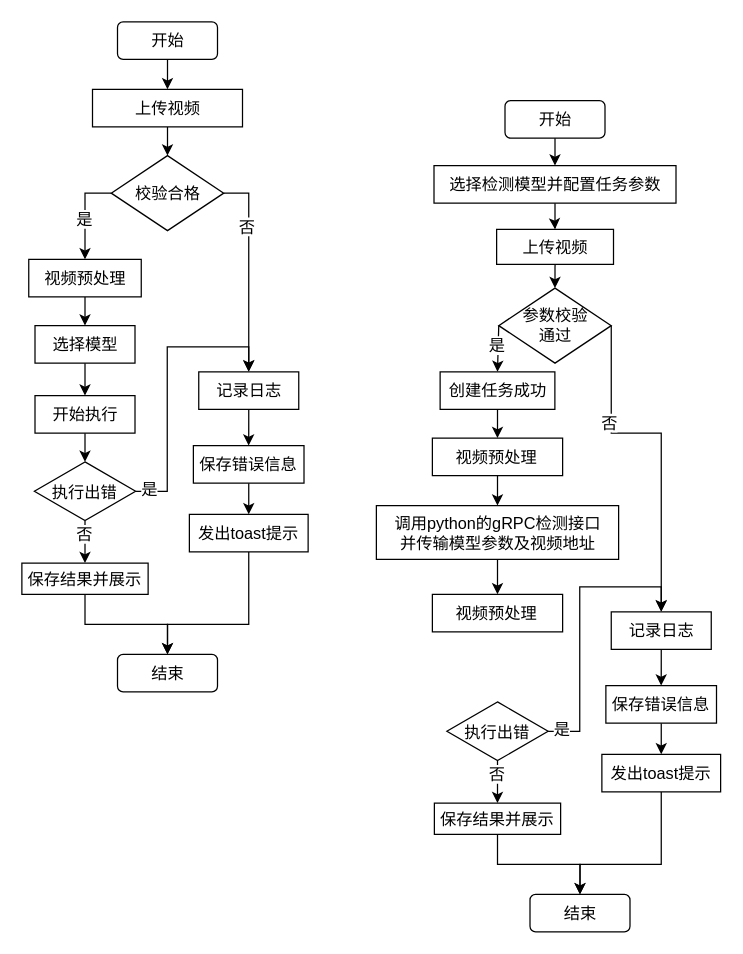
DingDongZz/typera_PicGO keeps this draw.io diagram as DrawIO_file/流程图/目标检测模块流程图.drawio. Above is the earlier version. Source tidied: cells renumbered, new cells numbered last; positions are measured from the earlier drawing's top-left corner, leaving out a move shared by most shapes. Both pictures are drawn from the tidied source at 125%, with x=0, y=0 at pixel (21, 21).
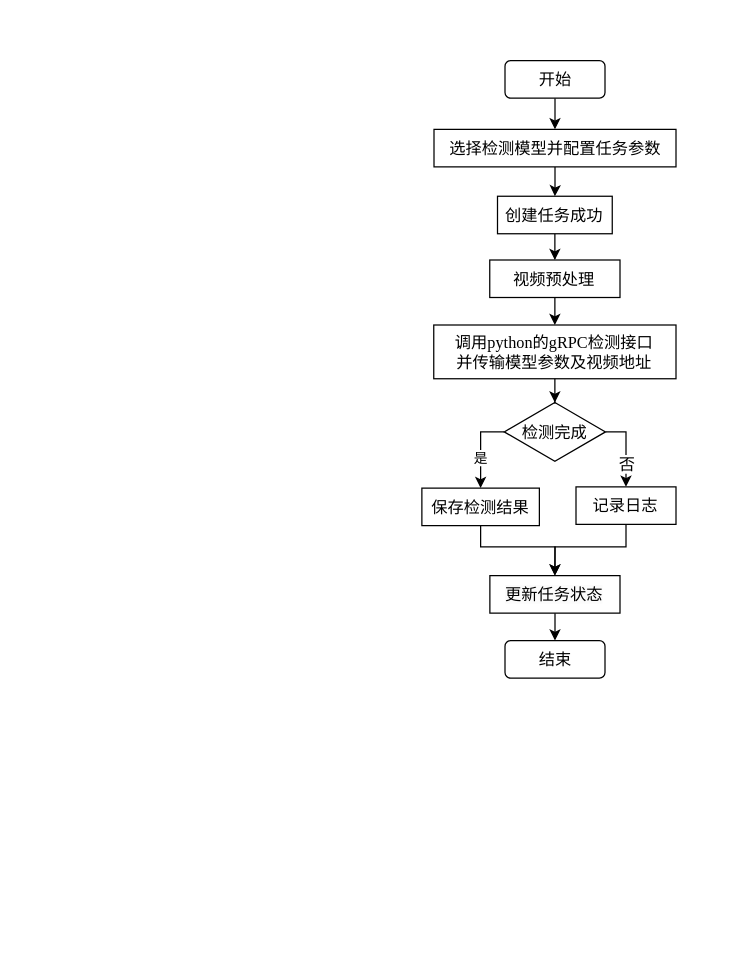
The same diagram, later.

Commit message (it also covers changes not shown here):
更新目标检测模块流程图.drawio

The edit, as a diff of the source:
```diff
@@
-    <mxCell id="2" style="edgeStyle=orthogonalEdgeStyle;rounded=0;jettySize=auto;html=1;entryX=0.5;entryY=0;entryDx=0;entryDy=0;fontFamily=宋体;fontSize=13;" parent="1" edge="1" source="3" target="5">
-      <mxGeometry relative="1" as="geometry" />
-    </mxCell>
-    <mxCell id="3" value="开始" style="rounded=1;whiteSpace=wrap;html=1;fontFamily=宋体;fontSize=13;" parent="1" vertex="1">
-      <mxGeometry x="76.5" width="80" height="30" as="geometry" />
-    </mxCell>
-    <mxCell id="4" style="edgeStyle=orthogonalEdgeStyle;rounded=0;jettySize=auto;html=1;entryX=0.5;entryY=0;entryDx=0;entryDy=0;fontFamily=宋体;fontSize=13;" parent="1" edge="1" source="5" target="10">
-      <mxGeometry relative="1" as="geometry" />
-    </mxCell>
-    <mxCell id="5" value="上传视频" style="rounded=0;whiteSpace=wrap;html=1;fontFamily=宋体;fontSize=13;" parent="1" vertex="1">
-      <mxGeometry x="56.5" y="54" width="120" height="30" as="geometry" />
-    </mxCell>
-    <mxCell id="6" style="edgeStyle=orthogonalEdgeStyle;rounded=0;jettySize=auto;html=1;entryX=0.5;entryY=0;entryDx=0;entryDy=0;exitX=0;exitY=0.5;exitDx=0;exitDy=0;fontFamily=宋体;fontSize=13;" parent="1" edge="1" source="10" target="12">
-      <mxGeometry relative="1" as="geometry">
-        <Array as="points">
-          <mxPoint x="50.5" y="137" />
-        </Array>
-      </mxGeometry>
-    </mxCell>
-    <mxCell id="7" value="是" style="edgeLabel;html=1;align=center;verticalAlign=middle;fontFamily=宋体;fontSize=13;" parent="6" vertex="1">
-      <mxGeometry x="0.1" y="-1" relative="1" as="geometry" />
-    </mxCell>
-    <mxCell id="8" style="edgeStyle=orthogonalEdgeStyle;rounded=0;jettySize=auto;html=1;entryX=0.5;entryY=0;entryDx=0;entryDy=0;exitX=1;exitY=0.5;exitDx=0;exitDy=0;fontFamily=宋体;fontSize=13;" parent="1" edge="1" source="10">
-      <mxGeometry relative="1" as="geometry">
-        <mxPoint x="181.5" y="279.5" as="targetPoint" />
-        <Array as="points">
-          <mxPoint x="181.5" y="137" />
-        </Array>
-      </mxGeometry>
-    </mxCell>
-    <mxCell id="9" value="否" style="edgeLabel;html=1;align=center;verticalAlign=middle;fontFamily=宋体;fontSize=13;" parent="8" vertex="1">
-      <mxGeometry x="-0.43" y="-3" relative="1" as="geometry">
-        <mxPoint x="1" as="offset" />
-      </mxGeometry>
-    </mxCell>
-    <mxCell id="10" value="校验合格" style="rhombus;whiteSpace=wrap;html=1;fontFamily=宋体;fontSize=13;" parent="1" vertex="1">
-      <mxGeometry x="71.5" y="107" width="90" height="60" as="geometry" />
-    </mxCell>
-    <mxCell id="11" style="edgeStyle=orthogonalEdgeStyle;rounded=0;jettySize=auto;html=1;entryX=0.5;entryY=0;entryDx=0;entryDy=0;fontFamily=宋体;fontSize=13;" parent="1" edge="1" source="12" target="14">
-      <mxGeometry relative="1" as="geometry" />
-    </mxCell>
-    <mxCell id="12" value="视频预处理" style="rounded=0;whiteSpace=wrap;html=1;fontFamily=宋体;fontSize=13;" parent="1" vertex="1">
-      <mxGeometry x="5.5" y="190" width="90" height="30" as="geometry" />
-    </mxCell>
-    <mxCell id="13" style="edgeStyle=orthogonalEdgeStyle;rounded=0;jettySize=auto;html=1;entryX=0.5;entryY=0;entryDx=0;entryDy=0;fontFamily=宋体;fontSize=13;" parent="1" edge="1" source="14" target="16">
-      <mxGeometry relative="1" as="geometry" />
-    </mxCell>
-    <mxCell id="14" value="选择模型" style="rounded=0;whiteSpace=wrap;html=1;fontFamily=宋体;fontSize=13;" parent="1" vertex="1">
-      <mxGeometry x="10.5" y="243" width="80" height="30" as="geometry" />
-    </mxCell>
-    <mxCell id="15" style="edgeStyle=orthogonalEdgeStyle;rounded=0;jettySize=auto;html=1;entryX=0.5;entryY=0;entryDx=0;entryDy=0;fontFamily=宋体;fontSize=13;" parent="1" edge="1" source="16" target="21">
-      <mxGeometry relative="1" as="geometry" />
-    </mxCell>
-    <mxCell id="16" value="开始执行" style="rounded=0;whiteSpace=wrap;html=1;fontFamily=宋体;fontSize=13;" parent="1" vertex="1">
-      <mxGeometry x="10.5" y="299" width="80" height="30" as="geometry" />
-    </mxCell>
-    <mxCell id="17" style="edgeStyle=orthogonalEdgeStyle;rounded=0;jettySize=auto;html=1;entryX=0.5;entryY=0;entryDx=0;entryDy=0;fontFamily=宋体;fontSize=13;" parent="1" edge="1" source="21" target="23">
-      <mxGeometry relative="1" as="geometry" />
-    </mxCell>
-    <mxCell id="18" value="否" style="edgeLabel;html=1;align=center;verticalAlign=middle;fontFamily=宋体;fontSize=13;" parent="17" vertex="1">
-      <mxGeometry x="-0.79" y="-2" relative="1" as="geometry">
-        <mxPoint x="1" y="5" as="offset" />
-      </mxGeometry>
-    </mxCell>
-    <mxCell id="19" style="edgeStyle=orthogonalEdgeStyle;rounded=0;jettySize=auto;html=1;entryX=0.5;entryY=0;entryDx=0;entryDy=0;fontFamily=宋体;fontSize=13;" parent="1" edge="1" source="21" target="28">
-      <mxGeometry relative="1" as="geometry" />
-    </mxCell>
-    <mxCell id="20" value="是" style="edgeLabel;html=1;align=center;verticalAlign=middle;fontFamily=宋体;fontSize=13;" parent="19" vertex="1">
-      <mxGeometry x="-0.9" y="3" relative="1" as="geometry">
-        <mxPoint x="-1" y="1" as="offset" />
-      </mxGeometry>
-    </mxCell>
-    <mxCell id="21" value="执行出错" style="rhombus;whiteSpace=wrap;html=1;fontFamily=宋体;fontSize=13;" parent="1" vertex="1">
-      <mxGeometry x="10" y="352" width="81" height="47" as="geometry" />
-    </mxCell>
-    <mxCell id="22" style="edgeStyle=orthogonalEdgeStyle;rounded=0;jettySize=auto;html=1;entryX=0.5;entryY=0;entryDx=0;entryDy=0;fontFamily=宋体;fontSize=13;" parent="1" edge="1" source="23" target="24">
-      <mxGeometry relative="1" as="geometry">
-        <Array as="points">
-          <mxPoint x="50.5" y="482" />
-          <mxPoint x="116.5" y="482" />
-        </Array>
-      </mxGeometry>
-    </mxCell>
-    <mxCell id="23" value="保存结果&lt;span style=&quot;background-color: transparent; color: light-dark(rgb(0, 0, 0), rgb(255, 255, 255));&quot;&gt;并展示&lt;/span&gt;" style="rounded=0;whiteSpace=wrap;html=1;fontFamily=宋体;fontSize=13;" parent="1" vertex="1">
-      <mxGeometry y="433" width="101" height="25" as="geometry" />
-    </mxCell>
-    <mxCell id="24" value="结束" style="rounded=1;whiteSpace=wrap;html=1;fontFamily=宋体;fontSize=13;" parent="1" vertex="1">
-      <mxGeometry x="76.5" y="506" width="80" height="30" as="geometry" />
-    </mxCell>
-    <mxCell id="25" style="edgeStyle=orthogonalEdgeStyle;rounded=0;jettySize=auto;html=1;entryX=0.5;entryY=0;entryDx=0;entryDy=0;fontFamily=宋体;fontSize=13;" parent="1" edge="1" source="26" target="30">
-      <mxGeometry relative="1" as="geometry" />
-    </mxCell>
-    <mxCell id="26" value="保存错误信息" style="rounded=0;whiteSpace=wrap;html=1;fontFamily=宋体;fontSize=13;" parent="1" vertex="1">
-      <mxGeometry x="137.2" y="339" width="88.5" height="30" as="geometry" />
-    </mxCell>
-    <mxCell id="27" style="edgeStyle=orthogonalEdgeStyle;rounded=0;jettySize=auto;html=1;entryX=0.5;entryY=0;entryDx=0;entryDy=0;fontFamily=宋体;fontSize=13;" parent="1" edge="1" source="28" target="26">
-      <mxGeometry relative="1" as="geometry" />
-    </mxCell>
-    <mxCell id="28" value="记录日志" style="rounded=0;whiteSpace=wrap;html=1;fontFamily=宋体;fontSize=13;" parent="1" vertex="1">
-      <mxGeometry x="141.5" y="280" width="80" height="30" as="geometry" />
-    </mxCell>
-    <mxCell id="29" style="edgeStyle=orthogonalEdgeStyle;rounded=0;jettySize=auto;html=1;entryX=0.5;entryY=0;entryDx=0;entryDy=0;fontFamily=宋体;fontSize=13;" parent="1" edge="1" source="30" target="24">
-      <mxGeometry relative="1" as="geometry">
-        <Array as="points">
-          <mxPoint x="181.5" y="482" />
-          <mxPoint x="116.5" y="482" />
-        </Array>
-      </mxGeometry>
-    </mxCell>
-    <mxCell id="30" value="发出toast提示" style="rounded=0;whiteSpace=wrap;html=1;fontFamily=宋体;fontSize=13;" parent="1" vertex="1">
-      <mxGeometry x="134" y="394" width="95" height="30" as="geometry" />
-    </mxCell>
-    <mxCell id="31" style="rounded=0;jettySize=auto;html=1;entryX=0.5;entryY=0;entryDx=0;entryDy=0;" parent="1" edge="1" target="56">
-      <mxGeometry relative="1" as="geometry">
-        <mxPoint x="426.5" y="74" as="sourcePoint" />
-      </mxGeometry>
+    <mxCell id="31" style="rounded=0;jettySize=auto;html=1;entryX=0.5;entryY=0;entryDx=0;entryDy=0;fontFamily=宋体;exitX=0.5;exitY=1;exitDx=0;exitDy=0;" parent="1" edge="1" source="59" target="56">
+      <mxGeometry relative="1" as="geometry" />
     </mxCell>
-    <mxCell id="32" style="rounded=0;jettySize=auto;html=1;entryX=0.5;entryY=0;entryDx=0;entryDy=0;exitX=0;exitY=0.5;exitDx=0;exitDy=0;fontFamily=宋体;fontSize=13;" parent="1" edge="1" source="36" target="38">
-      <mxGeometry relative="1" as="geometry" />
-    </mxCell>
-    <mxCell id="33" value="是" style="edgeLabel;html=1;align=center;verticalAlign=middle;fontFamily=宋体;fontSize=13;" parent="32" vertex="1">
-      <mxGeometry x="0.1" y="-1" relative="1" as="geometry">
-        <mxPoint y="-4" as="offset" />
-      </mxGeometry>
-    </mxCell>
-    <mxCell id="34" style="edgeStyle=orthogonalEdgeStyle;rounded=0;jettySize=auto;html=1;entryX=0.5;entryY=0;entryDx=0;entryDy=0;exitX=1;exitY=0.5;exitDx=0;exitDy=0;fontFamily=宋体;fontSize=13;" parent="1" edge="1" source="36">
-      <mxGeometry relative="1" as="geometry">
-        <mxPoint x="511.5" y="471.5" as="targetPoint" />
-        <Array as="points">
-          <mxPoint x="511.5" y="329" />
-        </Array>
-      </mxGeometry>
-    </mxCell>
-    <mxCell id="35" value="否" style="edgeLabel;html=1;align=center;verticalAlign=middle;fontFamily=宋体;fontSize=13;" parent="34" vertex="1">
-      <mxGeometry x="-0.43" y="-3" relative="1" as="geometry">
-        <mxPoint x="1" as="offset" />
-      </mxGeometry>
-    </mxCell>
-    <mxCell id="36" value="参数校验&lt;div&gt;通过&lt;/div&gt;" style="rhombus;whiteSpace=wrap;html=1;fontFamily=宋体;fontSize=13;" parent="1" vertex="1">
-      <mxGeometry x="381.5" y="213" width="90" height="60" as="geometry" />
-    </mxCell>
-    <mxCell id="37" style="edgeStyle=orthogonalEdgeStyle;rounded=0;jettySize=auto;html=1;entryX=0.5;entryY=0;entryDx=0;entryDy=0;" parent="1" edge="1" source="38" target="40">
+    <mxCell id="37" style="edgeStyle=orthogonalEdgeStyle;rounded=0;jettySize=auto;html=1;entryX=0.5;entryY=0;entryDx=0;entryDy=0;fontFamily=宋体;" parent="1" edge="1" source="38" target="40">
       <mxGeometry relative="1" as="geometry" />
     </mxCell>
     <mxCell id="38" value="创建任务成功" style="rounded=0;whiteSpace=wrap;html=1;fontFamily=宋体;fontSize=13;" parent="1" vertex="1">
-      <mxGeometry x="334.6" y="280" width="91.8" height="30" as="geometry" />
+      <mxGeometry x="380.5" y="139.5" width="91.8" height="30" as="geometry" />
     </mxCell>
-    <mxCell id="39" style="edgeStyle=orthogonalEdgeStyle;rounded=0;jettySize=auto;html=1;entryX=0.5;entryY=0;entryDx=0;entryDy=0;" parent="1" edge="1" source="40" target="61">
+    <mxCell id="39" style="edgeStyle=orthogonalEdgeStyle;rounded=0;jettySize=auto;html=1;entryX=0.5;entryY=0;entryDx=0;entryDy=0;fontFamily=宋体;" parent="1" edge="1" source="40" target="61">
       <mxGeometry relative="1" as="geometry" />
     </mxCell>
     <mxCell id="40" value="视频预处理" style="rounded=0;whiteSpace=wrap;html=1;fontFamily=宋体;fontSize=13;" parent="1" vertex="1">
-      <mxGeometry x="328.4" y="333" width="104.2" height="30" as="geometry" />
+      <mxGeometry x="374.3" y="190.5" width="104.2" height="30" as="geometry" />
     </mxCell>
+    <mxCell id="43" style="edgeStyle=orthogonalEdgeStyle;rounded=0;jettySize=auto;html=1;entryX=0.5;entryY=0;entryDx=0;entryDy=0;fontFamily=宋体;" parent="1" edge="1" source="45" target="52">
+      <mxGeometry relative="1" as="geometry">
+        <Array as="points">
+          <mxPoint x="483" y="328" />
+        </Array>
+      </mxGeometry>
+    </mxCell>
-    <mxCell id="41" style="edgeStyle=orthogonalEdgeStyle;rounded=0;jettySize=auto;html=1;entryX=0.5;entryY=0;entryDx=0;entryDy=0;fontFamily=宋体;fontSize=13;" parent="1" edge="1" source="45" target="47">
-      <mxGeometry relative="1" as="geometry" />
+    <mxCell id="41" style="edgeStyle=orthogonalEdgeStyle;rounded=0;jettySize=auto;html=1;entryX=0.5;entryY=0;entryDx=0;entryDy=0;fontFamily=宋体;" parent="1" edge="1" source="45" target="47">
+      <mxGeometry relative="1" as="geometry">
+        <Array as="points">
+          <mxPoint x="367" y="328" />
+        </Array>
+      </mxGeometry>
     </mxCell>
-    <mxCell id="42" value="否" style="edgeLabel;html=1;align=center;verticalAlign=middle;fontFamily=宋体;fontSize=13;" parent="41" vertex="1">
-      <mxGeometry x="-0.79" y="-2" relative="1" as="geometry">
-        <mxPoint x="1" y="5" as="offset" />
-      </mxGeometry>
-    </mxCell>
-    <mxCell id="43" style="edgeStyle=orthogonalEdgeStyle;rounded=0;jettySize=auto;html=1;entryX=0.5;entryY=0;entryDx=0;entryDy=0;fontFamily=宋体;fontSize=13;" parent="1" edge="1" source="45" target="52">
-      <mxGeometry relative="1" as="geometry" />
-    </mxCell>
-    <mxCell id="44" value="是" style="edgeLabel;html=1;align=center;verticalAlign=middle;fontFamily=宋体;fontSize=13;" parent="43" vertex="1">
-      <mxGeometry x="-0.9" y="3" relative="1" as="geometry">
-        <mxPoint x="-1" y="1" as="offset" />
-      </mxGeometry>
-    </mxCell>
+    <mxCell id="63" value="是" style="edgeLabel;html=1;align=center;verticalAlign=middle;fontFamily=宋体;" parent="41" vertex="1">
+      <mxGeometry x="0.07" y="-1" relative="1" as="geometry">
+        <mxPoint y="5" as="offset" />
+      </mxGeometry>
+    </mxCell>
-    <mxCell id="45" value="执行出错" style="rhombus;whiteSpace=wrap;html=1;fontFamily=宋体;fontSize=13;" parent="1" vertex="1">
-      <mxGeometry x="340" y="544" width="81" height="47" as="geometry" />
+    <mxCell id="45" value="检测完成" style="rhombus;whiteSpace=wrap;html=1;fontFamily=宋体;fontSize=13;" parent="1" vertex="1">
+      <mxGeometry x="385.9" y="304.5" width="81" height="47" as="geometry" />
     </mxCell>
-    <mxCell id="46" style="edgeStyle=orthogonalEdgeStyle;rounded=0;jettySize=auto;html=1;entryX=0.5;entryY=0;entryDx=0;entryDy=0;fontFamily=宋体;fontSize=13;" parent="1" edge="1" source="47" target="48">
-      <mxGeometry relative="1" as="geometry">
-        <Array as="points">
-          <mxPoint x="380.5" y="674" />
-          <mxPoint x="446.5" y="674" />
-        </Array>
-      </mxGeometry>
-    </mxCell>
+    <mxCell id="64" style="edgeStyle=orthogonalEdgeStyle;rounded=0;jettySize=auto;html=1;entryX=0.5;entryY=0;entryDx=0;entryDy=0;fontFamily=宋体;" parent="1" edge="1" source="47" target="69">
+      <mxGeometry relative="1" as="geometry">
+        <Array as="points">
+          <mxPoint x="367" y="420" />
+          <mxPoint x="427" y="420" />
+        </Array>
+      </mxGeometry>
+    </mxCell>
-    <mxCell id="47" value="保存结果&lt;span style=&quot;background-color: transparent; color: light-dark(rgb(0, 0, 0), rgb(255, 255, 255));&quot;&gt;并展示&lt;/span&gt;" style="rounded=0;whiteSpace=wrap;html=1;fontFamily=宋体;fontSize=13;" parent="1" vertex="1">
-      <mxGeometry x="330" y="625" width="101" height="25" as="geometry" />
+    <mxCell id="47" value="保存检测结果" style="rounded=0;whiteSpace=wrap;html=1;fontFamily=宋体;fontSize=13;" parent="1" vertex="1">
+      <mxGeometry x="320" y="373" width="94" height="30" as="geometry" />
     </mxCell>
     <mxCell id="48" value="结束" style="rounded=1;whiteSpace=wrap;html=1;fontFamily=宋体;fontSize=13;" parent="1" vertex="1">
-      <mxGeometry x="406.5" y="698" width="80" height="30" as="geometry" />
+      <mxGeometry x="386.5" y="495" width="80" height="30" as="geometry" />
     </mxCell>
-    <mxCell id="49" style="edgeStyle=orthogonalEdgeStyle;rounded=0;jettySize=auto;html=1;entryX=0.5;entryY=0;entryDx=0;entryDy=0;fontFamily=宋体;fontSize=13;" parent="1" edge="1" source="50" target="54">
-      <mxGeometry relative="1" as="geometry" />
-    </mxCell>
-    <mxCell id="50" value="保存错误信息" style="rounded=0;whiteSpace=wrap;html=1;fontFamily=宋体;fontSize=13;" parent="1" vertex="1">
-      <mxGeometry x="467.2" y="531" width="88.5" height="30" as="geometry" />
-    </mxCell>
-    <mxCell id="51" style="edgeStyle=orthogonalEdgeStyle;rounded=0;jettySize=auto;html=1;entryX=0.5;entryY=0;entryDx=0;entryDy=0;fontFamily=宋体;fontSize=13;" parent="1" edge="1" source="52" target="50">
-      <mxGeometry relative="1" as="geometry" />
-    </mxCell>
-    <mxCell id="52" value="记录日志" style="rounded=0;whiteSpace=wrap;html=1;fontFamily=宋体;fontSize=13;" parent="1" vertex="1">
-      <mxGeometry x="471.5" y="472" width="80" height="30" as="geometry" />
-    </mxCell>
-    <mxCell id="53" style="edgeStyle=orthogonalEdgeStyle;rounded=0;jettySize=auto;html=1;entryX=0.5;entryY=0;entryDx=0;entryDy=0;fontFamily=宋体;fontSize=13;" parent="1" edge="1" source="54" target="48">
-      <mxGeometry relative="1" as="geometry">
-        <Array as="points">
-          <mxPoint x="511.5" y="674" />
-          <mxPoint x="446.5" y="674" />
-        </Array>
-      </mxGeometry>
-    </mxCell>
-    <mxCell id="54" value="发出toast提示" style="rounded=0;whiteSpace=wrap;html=1;fontFamily=宋体;fontSize=13;" parent="1" vertex="1">
-      <mxGeometry x="464" y="586" width="95" height="30" as="geometry" />
-    </mxCell>
-    <mxCell id="55" style="edgeStyle=orthogonalEdgeStyle;rounded=0;jettySize=auto;html=1;entryX=0.5;entryY=0;entryDx=0;entryDy=0;" parent="1" edge="1" source="56" target="58">
-      <mxGeometry relative="1" as="geometry" />
-    </mxCell>
+    <mxCell id="65" style="edgeStyle=orthogonalEdgeStyle;rounded=0;jettySize=auto;html=1;entryX=0.5;entryY=0;entryDx=0;entryDy=0;" parent="1" edge="1" source="56" target="38">
+      <mxGeometry relative="1" as="geometry" />
+    </mxCell>
     <mxCell id="56" value="选择检测模型并配置任务参数" style="rounded=0;whiteSpace=wrap;html=1;fontFamily=宋体;fontSize=13;" parent="1" vertex="1">
-      <mxGeometry x="329.7" y="115" width="193.6" height="30" as="geometry" />
+      <mxGeometry x="329.7" y="86" width="193.6" height="30" as="geometry" />
     </mxCell>
-    <mxCell id="57" style="rounded=0;jettySize=auto;html=1;entryX=0.5;entryY=0;entryDx=0;entryDy=0;" parent="1" edge="1" source="58" target="36">
-      <mxGeometry relative="1" as="geometry" />
-    </mxCell>
-    <mxCell id="58" value="上传视频" style="rounded=0;whiteSpace=wrap;html=1;fontFamily=宋体;fontSize=13;" parent="1" vertex="1">
-      <mxGeometry x="379.8" y="166" width="93.5" height="28" as="geometry" />
-    </mxCell>
     <mxCell id="59" value="开始" style="rounded=1;whiteSpace=wrap;html=1;fontFamily=宋体;fontSize=13;" parent="1" vertex="1">
-      <mxGeometry x="386.5" y="63" width="80" height="30" as="geometry" />
+      <mxGeometry x="386.5" y="31" width="80" height="30" as="geometry" />
     </mxCell>
-    <mxCell id="60" style="edgeStyle=orthogonalEdgeStyle;rounded=0;jettySize=auto;html=1;entryX=0.5;entryY=0;entryDx=0;entryDy=0;" parent="1" edge="1" source="61" target="62">
+    <mxCell id="60" style="edgeStyle=orthogonalEdgeStyle;rounded=0;jettySize=auto;html=1;entryX=0.5;entryY=0;entryDx=0;entryDy=0;fontFamily=宋体;" parent="1" edge="1" source="61" target="45">
       <mxGeometry relative="1" as="geometry" />
     </mxCell>
-    <mxCell id="61" value="调用python的gRPC检测接口&lt;div&gt;并传输模型参数及视频地址&lt;/div&gt;" style="rounded=0;whiteSpace=wrap;html=1;fontFamily=宋体;fontSize=13;" parent="1" vertex="1">
-      <mxGeometry x="283.6" y="387" width="193.8" height="43" as="geometry" />
+    <mxCell id="61" value="调用&lt;font face=&quot;Times New Roman&quot;&gt;python&lt;/font&gt;的&lt;font face=&quot;Times New Roman&quot;&gt;gRPC&lt;/font&gt;检测接口&lt;div&gt;并传输模型参数及视频地址&lt;/div&gt;" style="rounded=0;whiteSpace=wrap;html=1;fontFamily=宋体;fontSize=13;" parent="1" vertex="1">
+      <mxGeometry x="329.5" y="242.5" width="193.8" height="43" as="geometry" />
     </mxCell>
-    <mxCell id="62" value="视频预处理" style="rounded=0;whiteSpace=wrap;html=1;fontFamily=宋体;fontSize=13;" parent="1" vertex="1">
-      <mxGeometry x="328.4" y="458" width="104.2" height="30" as="geometry" />
-    </mxCell>
+    <mxCell id="66" style="edgeStyle=orthogonalEdgeStyle;rounded=0;jettySize=auto;html=1;entryX=0.5;entryY=0;entryDx=0;entryDy=0;fontFamily=宋体;" parent="1" edge="1" source="52" target="69">
+      <mxGeometry relative="1" as="geometry">
+        <Array as="points">
+          <mxPoint x="483" y="420" />
+          <mxPoint x="427" y="420" />
+        </Array>
+      </mxGeometry>
+    </mxCell>
+    <mxCell id="52" value="记录日志" style="rounded=0;whiteSpace=wrap;html=1;fontFamily=宋体;fontSize=13;" parent="1" vertex="1">
+      <mxGeometry x="443.3" y="372" width="80" height="30" as="geometry" />
+    </mxCell>
+    <mxCell id="67" value="否" style="edgeLabel;html=1;align=center;verticalAlign=middle;fontFamily=宋体;fontSize=13;" parent="1" vertex="1">
+      <mxGeometry x="486.3" y="349" as="geometry">
+        <mxPoint x="-3" y="4" as="offset" />
+      </mxGeometry>
+    </mxCell>
+    <mxCell id="68" style="edgeStyle=orthogonalEdgeStyle;rounded=0;jettySize=auto;html=1;entryX=0.5;entryY=0;entryDx=0;entryDy=0;fontFamily=宋体;" parent="1" edge="1" source="69" target="48">
+      <mxGeometry relative="1" as="geometry" />
+    </mxCell>
+    <mxCell id="69" value="&lt;br&gt;&lt;span style=&quot;color: rgb(0, 0, 0); font-size: 13px; font-style: normal; font-variant-ligatures: normal; font-variant-caps: normal; font-weight: 400; letter-spacing: normal; orphans: 2; text-align: center; text-indent: 0px; text-transform: none; widows: 2; word-spacing: 0px; -webkit-text-stroke-width: 0px; white-space: normal; background-color: rgb(251, 251, 251); text-decoration-thickness: initial; text-decoration-style: initial; text-decoration-color: initial; float: none; display: inline !important;&quot;&gt;更新任务状态&lt;/span&gt;&lt;div&gt;&lt;br&gt;&lt;/div&gt;" style="rounded=0;whiteSpace=wrap;html=1;fontFamily=宋体;fontSize=13;" parent="1" vertex="1">
+      <mxGeometry x="374.4" y="443" width="104.1" height="30" as="geometry" />
+    </mxCell>
```
